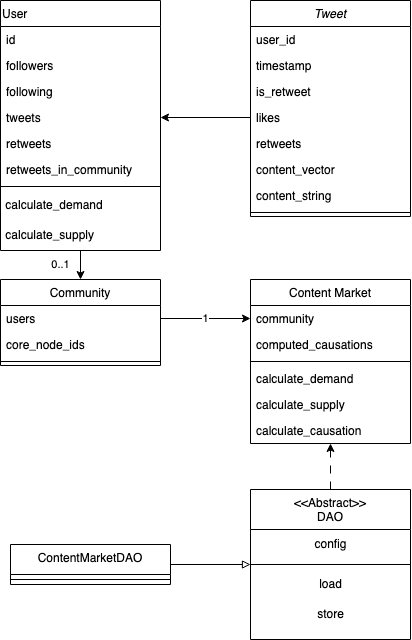
Before: assets/influence_uml.png, a diagram exported from draw.io (talicopanda/social-media-influence-analysis). Source tidied: cells renumbered, new cells last; positions are measured from the earlier drawing's top-left corner, leaving out a move shared by most shapes.
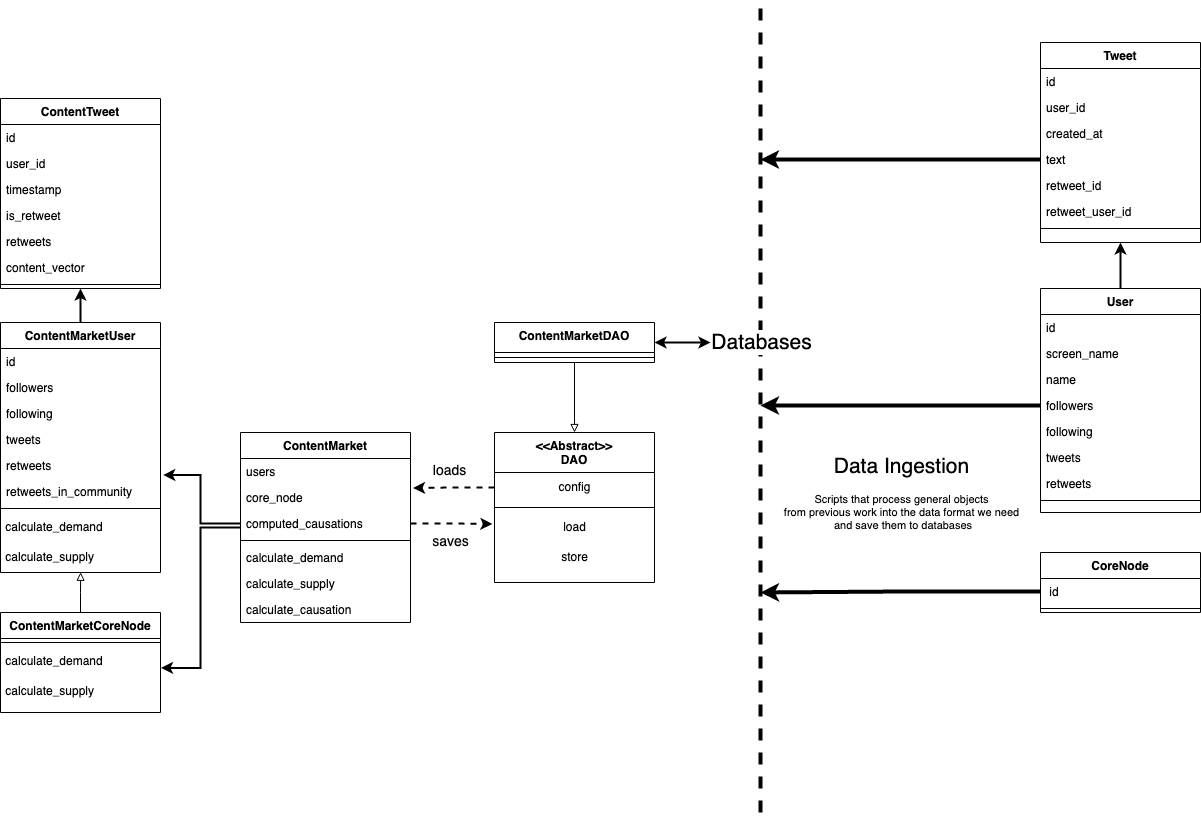
The same file after the commit.

The edit, as a diff of the source:
```diff
@@ -4,17 +4,17 @@
     <mxCell id="1" parent="0" />
-    <mxCell id="2" value="Tweet" style="swimlane;fontStyle=2;align=center;verticalAlign=top;horizontal=1;startSize=26;rounded=0;shadow=0;strokeWidth=1;" parent="1" vertex="1">
-      <mxGeometry x="250" width="160" height="216" as="geometry" />
+    <mxCell id="2" value="ContentTweet" style="swimlane;fontStyle=1;align=center;verticalAlign=top;horizontal=1;startSize=26;rounded=0;shadow=0;strokeWidth=1;" parent="1" vertex="1">
+      <mxGeometry x="-200" y="-225" width="160" height="190" as="geometry" />
     </mxCell>
-    <mxCell id="3" value="user_id" style="text;align=left;verticalAlign=top;spacingLeft=4;spacingRight=4;overflow=hidden;" parent="2" vertex="1">
+    <mxCell id="3" value="id" style="text;align=left;verticalAlign=top;spacingLeft=4;spacingRight=4;overflow=hidden;" parent="2" vertex="1">
       <mxGeometry y="26" width="160" height="26" as="geometry" />
     </mxCell>
+    <mxCell id="44" value="user_id" style="text;align=left;verticalAlign=top;spacingLeft=4;spacingRight=4;overflow=hidden;" parent="2" vertex="1">
+      <mxGeometry y="52" width="160" height="26" as="geometry" />
+    </mxCell>
     <mxCell id="4" value="timestamp" style="text;align=left;verticalAlign=top;spacingLeft=4;spacingRight=4;overflow=hidden;" parent="2" vertex="1">
-      <mxGeometry y="52" width="160" height="26" as="geometry" />
+      <mxGeometry y="78" width="160" height="26" as="geometry" />
     </mxCell>
     <mxCell id="5" value="is_retweet" style="text;align=left;verticalAlign=top;spacingLeft=4;spacingRight=4;overflow=hidden;" parent="2" vertex="1">
-      <mxGeometry y="78" width="160" height="26" as="geometry" />
+      <mxGeometry y="104" width="160" height="26" as="geometry" />
     </mxCell>
-    <mxCell id="6" value="likes" style="text;align=left;verticalAlign=top;spacingLeft=4;spacingRight=4;overflow=hidden;points=[[0,0.5],[1,0.5]];portConstraint=eastwest;" parent="2" vertex="1">
-      <mxGeometry y="104" width="160" height="26" as="geometry" />
-    </mxCell>
     <mxCell id="7" value="retweets" style="text;align=left;verticalAlign=top;spacingLeft=4;spacingRight=4;overflow=hidden;" parent="2" vertex="1">
@@ -25,48 +25,37 @@
     </mxCell>
-    <mxCell id="9" value="content_string" style="text;align=left;verticalAlign=top;spacingLeft=4;spacingRight=4;overflow=hidden;" parent="2" vertex="1">
-      <mxGeometry y="182" width="160" height="26" as="geometry" />
-    </mxCell>
     <mxCell id="10" style="line;html=1;strokeWidth=1;align=left;verticalAlign=middle;spacingTop=-1;spacingLeft=3;spacingRight=3;labelPosition=right;" parent="2" vertex="1">
-      <mxGeometry y="208" width="160" height="8" as="geometry" />
+      <mxGeometry y="182" width="160" height="8" as="geometry" />
     </mxCell>
-    <mxCell id="11" value="Community" style="swimlane;fontStyle=0;align=center;verticalAlign=top;horizontal=1;startSize=26;rounded=0;shadow=0;strokeWidth=1;" parent="1" vertex="1">
-      <mxGeometry y="279" width="160" height="86" as="geometry" />
-    </mxCell>
-    <mxCell id="12" value="users&#10;" style="text;align=left;verticalAlign=top;spacingLeft=4;spacingRight=4;overflow=hidden;points=[[0,0.5],[1,0.5]];portConstraint=eastwest;rounded=0;shadow=0;html=0;" parent="11" vertex="1">
-      <mxGeometry y="26" width="160" height="26" as="geometry" />
-    </mxCell>
-    <mxCell id="13" value="core_node_ids" style="text;align=left;verticalAlign=top;spacingLeft=4;spacingRight=4;overflow=hidden;rounded=0;shadow=0;html=0;" parent="11" vertex="1">
-      <mxGeometry y="52" width="160" height="26" as="geometry" />
-    </mxCell>
-    <mxCell id="14" style="line;html=1;strokeWidth=1;align=left;verticalAlign=middle;spacingTop=-1;spacingLeft=3;spacingRight=3;labelPosition=right;" parent="11" vertex="1">
-      <mxGeometry y="78" width="160" height="8" as="geometry" />
-    </mxCell>
+    <mxCell id="45" style="edgeStyle=orthogonalEdgeStyle;rounded=0;jettySize=auto;html=1;entryX=1.003;entryY=0.714;entryDx=0;entryDy=0;entryPerimeter=0;strokeWidth=2;fontSize=21;endArrow=classic;endFill=1;" parent="1" edge="1" source="15" target="64">
+      <mxGeometry relative="1" as="geometry" />
+    </mxCell>
-    <mxCell id="15" value="Content Market" style="swimlane;fontStyle=0;align=center;verticalAlign=top;horizontal=1;startSize=26;rounded=0;shadow=0;strokeWidth=1;" parent="1" vertex="1">
-      <mxGeometry x="250" y="279" width="160" height="164" as="geometry" />
+    <mxCell id="15" value="ContentMarket" style="swimlane;fontStyle=1;align=center;verticalAlign=top;horizontal=1;startSize=26;rounded=0;shadow=0;strokeWidth=1;" parent="1" vertex="1">
+      <mxGeometry x="40" y="109" width="170" height="190" as="geometry" />
     </mxCell>
-    <mxCell id="16" value="community" style="text;align=left;verticalAlign=top;spacingLeft=4;spacingRight=4;overflow=hidden;points=[[0,0.5],[1,0.5]];portConstraint=eastwest;" parent="15" vertex="1">
-      <mxGeometry y="26" width="160" height="26" as="geometry" />
+    <mxCell id="16" value="users" style="text;align=left;verticalAlign=top;spacingLeft=4;spacingRight=4;overflow=hidden;points=[[0,0.5],[1,0.5]];portConstraint=eastwest;" parent="15" vertex="1">
+      <mxGeometry y="26" width="170" height="26" as="geometry" />
     </mxCell>
+    <mxCell id="46" value="core_node" style="text;align=left;verticalAlign=top;spacingLeft=4;spacingRight=4;overflow=hidden;points=[[0,0.5],[1,0.5]];portConstraint=eastwest;" parent="15" vertex="1">
+      <mxGeometry y="52" width="170" height="26" as="geometry" />
+    </mxCell>
     <mxCell id="17" value="computed_causations" style="text;align=left;verticalAlign=top;spacingLeft=4;spacingRight=4;overflow=hidden;points=[[0,0.5],[1,0.5]];portConstraint=eastwest;" parent="15" vertex="1">
-      <mxGeometry y="52" width="160" height="26" as="geometry" />
+      <mxGeometry y="78" width="170" height="26" as="geometry" />
     </mxCell>
     <mxCell id="18" style="line;html=1;strokeWidth=1;align=left;verticalAlign=middle;spacingTop=-1;spacingLeft=3;spacingRight=3;labelPosition=right;" parent="15" vertex="1">
-      <mxGeometry y="78" width="160" height="8" as="geometry" />
+      <mxGeometry y="104" width="170" height="8" as="geometry" />
     </mxCell>
     <mxCell id="19" value="calculate_demand" style="text;align=left;verticalAlign=top;spacingLeft=4;spacingRight=4;overflow=hidden;" parent="15" vertex="1">
-      <mxGeometry y="86" width="160" height="26" as="geometry" />
+      <mxGeometry y="112" width="170" height="26" as="geometry" />
     </mxCell>
     <mxCell id="20" value="calculate_supply" style="text;align=left;verticalAlign=top;spacingLeft=4;spacingRight=4;overflow=hidden;" parent="15" vertex="1">
-      <mxGeometry y="112" width="160" height="26" as="geometry" />
+      <mxGeometry y="138" width="170" height="26" as="geometry" />
     </mxCell>
     <mxCell id="21" value="calculate_causation" style="text;align=left;verticalAlign=top;spacingLeft=4;spacingRight=4;overflow=hidden;" parent="15" vertex="1">
-      <mxGeometry y="138" width="160" height="26" as="geometry" />
+      <mxGeometry y="164" width="170" height="26" as="geometry" />
     </mxCell>
-    <mxCell id="22" value="0..1" style="edgeStyle=orthogonalEdgeStyle;rounded=0;jettySize=auto;html=1;entryX=0.5;entryY=0;entryDx=0;entryDy=0;" parent="1" edge="1" source="23" target="11">
-      <mxGeometry x="0.05" y="20" relative="1" as="geometry">
-        <mxPoint y="1" as="offset" />
-      </mxGeometry>
-    </mxCell>
+    <mxCell id="47" style="edgeStyle=orthogonalEdgeStyle;rounded=0;jettySize=auto;html=1;entryX=0.5;entryY=1;entryDx=0;entryDy=0;strokeWidth=2;fontSize=21;endArrow=classic;endFill=1;" parent="1" edge="1" source="23" target="2">
+      <mxGeometry relative="1" as="geometry" />
+    </mxCell>
-    <mxCell id="23" value="User" style="swimlane;fontStyle=0;align=left;verticalAlign=top;horizontal=1;startSize=26;rounded=0;shadow=0;strokeWidth=1;" parent="1" vertex="1">
-      <mxGeometry width="160" height="250" as="geometry" />
+    <mxCell id="23" value="ContentMarketUser" style="swimlane;fontStyle=1;align=center;verticalAlign=top;horizontal=1;startSize=26;rounded=0;shadow=0;strokeWidth=1;" parent="1" vertex="1">
+      <mxGeometry x="-200" y="-1" width="160" height="250" as="geometry" />
     </mxCell>
@@ -99,13 +88,4 @@
     </mxCell>
-    <mxCell id="33" value="1" style="edgeStyle=orthogonalEdgeStyle;rounded=0;jettySize=auto;html=1;exitX=1;exitY=0.5;exitDx=0;exitDy=0;entryX=0;entryY=0.5;entryDx=0;entryDy=0;" parent="1" edge="1" source="12" target="16">
-      <mxGeometry relative="1" as="geometry" />
-    </mxCell>
-    <mxCell id="34" style="edgeStyle=orthogonalEdgeStyle;rounded=0;jettySize=auto;html=1;entryX=1;entryY=0.5;entryDx=0;entryDy=0;endArrow=classic;endFill=1;" parent="1" edge="1" source="6" target="27">
-      <mxGeometry relative="1" as="geometry" />
-    </mxCell>
-    <mxCell id="35" style="edgeStyle=orthogonalEdgeStyle;rounded=0;jettySize=auto;html=1;entryX=0.5;entryY=1;entryDx=0;entryDy=0;dashed=1;dashPattern=8 8;endArrow=classic;endFill=1;" parent="1" edge="1" source="36" target="15">
-      <mxGeometry relative="1" as="geometry" />
-    </mxCell>
-    <mxCell id="36" value="&lt;&lt;Abstract&gt;&gt;&#10;DAO" style="swimlane;fontStyle=0;align=center;verticalAlign=top;horizontal=1;startSize=40;rounded=0;shadow=0;strokeWidth=1;" parent="1" vertex="1">
-      <mxGeometry x="250" y="489" width="160" height="150" as="geometry" />
+    <mxCell id="36" value="&lt;&lt;Abstract&gt;&gt;&#10;DAO" style="swimlane;fontStyle=1;align=center;verticalAlign=top;horizontal=1;startSize=40;rounded=0;shadow=0;strokeWidth=1;" parent="1" vertex="1">
+      <mxGeometry x="294" y="109" width="160" height="150" as="geometry" />
     </mxCell>
@@ -123,7 +103,9 @@
     </mxCell>
-    <mxCell id="41" style="edgeStyle=orthogonalEdgeStyle;rounded=0;jettySize=auto;html=1;entryX=0;entryY=0.5;entryDx=0;entryDy=0;entryPerimeter=0;endArrow=block;endFill=0;" parent="1" edge="1" source="42" target="38">
-      <mxGeometry relative="1" as="geometry" />
+    <mxCell id="41" style="edgeStyle=orthogonalEdgeStyle;rounded=0;jettySize=auto;html=1;endArrow=block;endFill=0;" parent="1" edge="1" source="42">
+      <mxGeometry relative="1" as="geometry">
+        <mxPoint x="374" y="109" as="targetPoint" />
+      </mxGeometry>
     </mxCell>
-    <mxCell id="42" value="ContentMarketDAO" style="swimlane;fontStyle=0;align=center;verticalAlign=top;horizontal=1;startSize=30;rounded=0;shadow=0;strokeWidth=1;" parent="1" vertex="1">
-      <mxGeometry x="10" y="544" width="160" height="40" as="geometry" />
+    <mxCell id="42" value="ContentMarketDAO" style="swimlane;fontStyle=1;align=center;verticalAlign=top;horizontal=1;startSize=30;rounded=0;shadow=0;strokeWidth=1;" parent="1" vertex="1">
+      <mxGeometry x="294" y="-1" width="160" height="40" as="geometry" />
     </mxCell>
@@ -132,2 +114,129 @@
     </mxCell>
+    <mxCell id="48" style="endArrow=none;dashed=1;html=1;rounded=0;strokeWidth=4;" parent="1" edge="1">
+      <mxGeometry relative="1" as="geometry">
+        <mxPoint x="560" y="489" as="sourcePoint" />
+        <mxPoint x="560" y="-321" as="targetPoint" />
+      </mxGeometry>
+    </mxCell>
+    <mxCell id="49" value="&lt;div&gt;&lt;font style=&quot;font-size: 12px;&quot;&gt;&lt;font style=&quot;font-size: 13px;&quot;&gt;&lt;font style=&quot;font-size: 14px;&quot;&gt;&lt;font style=&quot;font-size: 15px;&quot;&gt;&lt;font style=&quot;font-size: 16px;&quot;&gt;&lt;font style=&quot;font-size: 17px;&quot;&gt;&lt;font style=&quot;font-size: 18px;&quot;&gt;&lt;font style=&quot;font-size: 19px;&quot;&gt;&lt;font style=&quot;font-size: 20px;&quot;&gt;&lt;font style=&quot;font-size: 21px;&quot;&gt;Data Ingestion&lt;/font&gt;&lt;/font&gt;&lt;/font&gt;&lt;/font&gt;&lt;/font&gt;&lt;/font&gt;&lt;/font&gt;&lt;/font&gt;&lt;/font&gt;&lt;br&gt;&lt;/font&gt;&lt;/div&gt;&lt;div&gt;&lt;br&gt;&lt;/div&gt;&lt;div&gt;Scripts that process general objects&lt;/div&gt;&lt;div&gt;from previous work into the data format we need&lt;/div&gt;&lt;div&gt;&amp;nbsp;and save them to databases&lt;/div&gt;" style="edgeLabel;html=1;align=center;verticalAlign=middle;" parent="48" vertex="1">
+      <mxGeometry x="0.04" y="-3" relative="1" as="geometry">
+        <mxPoint x="137" y="102" as="offset" />
+      </mxGeometry>
+    </mxCell>
+    <mxCell id="50" value="Databases" style="edgeLabel;html=1;align=center;verticalAlign=middle;fontSize=21;" parent="48" vertex="1">
+      <mxGeometry x="0.37" y="1" relative="1" as="geometry">
+        <mxPoint x="1" y="84" as="offset" />
+      </mxGeometry>
+    </mxCell>
+    <mxCell id="51" style="edgeStyle=none;rounded=0;jettySize=auto;html=1;exitX=0.5;exitY=0;exitDx=0;exitDy=0;entryX=0.5;entryY=1;entryDx=0;entryDy=0;strokeWidth=2;fontSize=14;startArrow=none;startFill=0;endArrow=classic;endFill=1;" parent="1" edge="1" source="52" target="66">
+      <mxGeometry relative="1" as="geometry" />
+    </mxCell>
+    <mxCell id="52" value="User" style="swimlane;fontStyle=1;align=center;verticalAlign=top;horizontal=1;startSize=26;rounded=0;shadow=0;strokeWidth=1;" parent="1" vertex="1">
+      <mxGeometry x="840" y="-35" width="160" height="224" as="geometry" />
+    </mxCell>
+    <mxCell id="53" value="id            " style="text;align=left;verticalAlign=top;spacingLeft=4;spacingRight=4;overflow=hidden;rounded=0;shadow=0;html=0;" parent="52" vertex="1">
+      <mxGeometry y="26" width="160" height="26" as="geometry" />
+    </mxCell>
+    <mxCell id="54" value="screen_name" style="text;align=left;verticalAlign=top;spacingLeft=4;spacingRight=4;overflow=hidden;rounded=0;shadow=0;html=0;" parent="52" vertex="1">
+      <mxGeometry y="52" width="160" height="26" as="geometry" />
+    </mxCell>
+    <mxCell id="55" value="name" style="text;align=left;verticalAlign=top;spacingLeft=4;spacingRight=4;overflow=hidden;rounded=0;shadow=0;html=0;" parent="52" vertex="1">
+      <mxGeometry y="78" width="160" height="26" as="geometry" />
+    </mxCell>
+    <mxCell id="56" value="followers" style="text;align=left;verticalAlign=top;spacingLeft=4;spacingRight=4;overflow=hidden;points=[[0,0.5],[1,0.5]];portConstraint=eastwest;rounded=0;shadow=0;html=0;" parent="52" vertex="1">
+      <mxGeometry y="104" width="160" height="26" as="geometry" />
+    </mxCell>
+    <mxCell id="57" value="following" style="text;align=left;verticalAlign=top;spacingLeft=4;spacingRight=4;overflow=hidden;rounded=0;shadow=0;html=0;" parent="52" vertex="1">
+      <mxGeometry y="130" width="160" height="26" as="geometry" />
+    </mxCell>
+    <mxCell id="58" value="tweets" style="text;align=left;verticalAlign=top;spacingLeft=4;spacingRight=4;overflow=hidden;rounded=0;shadow=0;html=0;" parent="52" vertex="1">
+      <mxGeometry y="156" width="160" height="26" as="geometry" />
+    </mxCell>
+    <mxCell id="59" value="retweets" style="text;align=left;verticalAlign=top;spacingLeft=4;spacingRight=4;overflow=hidden;rounded=0;shadow=0;html=0;" parent="52" vertex="1">
+      <mxGeometry y="182" width="160" height="26" as="geometry" />
+    </mxCell>
+    <mxCell id="60" style="line;html=1;strokeWidth=1;align=left;verticalAlign=middle;spacingTop=-1;spacingLeft=3;spacingRight=3;labelPosition=right;" parent="52" vertex="1">
+      <mxGeometry y="208" width="160" height="8" as="geometry" />
+    </mxCell>
+    <mxCell id="61" style="edgeStyle=orthogonalEdgeStyle;rounded=0;jettySize=auto;html=1;endArrow=block;endFill=0;entryX=0.501;entryY=0.992;entryDx=0;entryDy=0;entryPerimeter=0;" parent="1" edge="1" source="62" target="32">
+      <mxGeometry relative="1" as="geometry" />
+    </mxCell>
+    <mxCell id="62" value="ContentMarketCoreNode" style="swimlane;fontStyle=1;align=center;verticalAlign=top;horizontal=1;startSize=26;rounded=0;shadow=0;strokeWidth=1;" parent="1" vertex="1">
+      <mxGeometry x="-200" y="289" width="160" height="100" as="geometry" />
+    </mxCell>
+    <mxCell id="63" style="line;html=1;strokeWidth=1;align=left;verticalAlign=middle;spacingTop=-1;spacingLeft=3;spacingRight=3;labelPosition=right;" parent="62" vertex="1">
+      <mxGeometry y="26" width="160" height="8" as="geometry" />
+    </mxCell>
+    <mxCell id="64" value="&amp;nbsp;calculate_demand" style="text;html=1;align=left;verticalAlign=middle;points=[];strokeColor=none;fillColor=none;" parent="62" vertex="1">
+      <mxGeometry y="34" width="160" height="30" as="geometry" />
+    </mxCell>
+    <mxCell id="65" value="&amp;nbsp;calculate_supply" style="text;html=1;align=left;verticalAlign=middle;strokeColor=none;fillColor=none;" parent="62" vertex="1">
+      <mxGeometry y="64" width="160" height="30" as="geometry" />
+    </mxCell>
+    <mxCell id="66" value="Tweet" style="swimlane;fontStyle=1;align=center;verticalAlign=top;horizontal=1;startSize=26;rounded=0;shadow=0;strokeWidth=1;" parent="1" vertex="1">
+      <mxGeometry x="840" y="-281" width="160" height="200" as="geometry" />
+    </mxCell>
+    <mxCell id="67" value="id" style="text;align=left;verticalAlign=top;spacingLeft=4;spacingRight=4;overflow=hidden;" parent="66" vertex="1">
+      <mxGeometry y="26" width="160" height="26" as="geometry" />
+    </mxCell>
+    <mxCell id="68" value="user_id" style="text;align=left;verticalAlign=top;spacingLeft=4;spacingRight=4;overflow=hidden;" parent="66" vertex="1">
+      <mxGeometry y="52" width="160" height="26" as="geometry" />
+    </mxCell>
+    <mxCell id="69" value="created_at" style="text;align=left;verticalAlign=top;spacingLeft=4;spacingRight=4;overflow=hidden;" parent="66" vertex="1">
+      <mxGeometry y="78" width="160" height="26" as="geometry" />
+    </mxCell>
+    <mxCell id="70" value="text" style="text;align=left;verticalAlign=top;spacingLeft=4;spacingRight=4;overflow=hidden;points=[[0,0.5],[1,0.5]];portConstraint=eastwest;" parent="66" vertex="1">
+      <mxGeometry y="104" width="160" height="26" as="geometry" />
+    </mxCell>
+    <mxCell id="71" value="retweet_id" style="text;align=left;verticalAlign=top;spacingLeft=4;spacingRight=4;overflow=hidden;" parent="66" vertex="1">
+      <mxGeometry y="130" width="160" height="26" as="geometry" />
+    </mxCell>
+    <mxCell id="72" value="retweet_user_id" style="text;align=left;verticalAlign=top;spacingLeft=4;spacingRight=4;overflow=hidden;" parent="66" vertex="1">
+      <mxGeometry y="156" width="160" height="26" as="geometry" />
+    </mxCell>
+    <mxCell id="73" style="edgeStyle=orthogonalEdgeStyle;rounded=0;jettySize=auto;html=1;strokeWidth=4;fontSize=21;endArrow=classic;endFill=1;exitX=0;exitY=0.5;exitDx=0;exitDy=0;" parent="66" edge="1" source="70">
+      <mxGeometry relative="1" as="geometry">
+        <mxPoint x="-280" y="117" as="targetPoint" />
+      </mxGeometry>
+    </mxCell>
+    <mxCell id="74" style="line;html=1;strokeWidth=1;align=left;verticalAlign=middle;spacingTop=-1;spacingLeft=3;spacingRight=3;labelPosition=right;" parent="66" vertex="1">
+      <mxGeometry y="182" width="160" height="8" as="geometry" />
+    </mxCell>
+    <mxCell id="75" value="CoreNode" style="swimlane;fontStyle=1;align=center;verticalAlign=top;horizontal=1;startSize=26;rounded=0;shadow=0;strokeWidth=1;" parent="1" vertex="1">
+      <mxGeometry x="840" y="229" width="160" height="60" as="geometry" />
+    </mxCell>
+    <mxCell id="76" style="edgeStyle=orthogonalEdgeStyle;rounded=0;jettySize=auto;html=1;strokeWidth=4;fontSize=21;endArrow=classic;endFill=1;" parent="75" edge="1" source="77">
+      <mxGeometry relative="1" as="geometry">
+        <mxPoint x="-280" y="40" as="targetPoint" />
+      </mxGeometry>
+    </mxCell>
+    <mxCell id="77" value=" id            " style="text;align=left;verticalAlign=top;spacingLeft=4;spacingRight=4;overflow=hidden;points=[[0,0.5],[1,0.5]];portConstraint=eastwest;rounded=0;shadow=0;html=0;" parent="75" vertex="1">
+      <mxGeometry y="26" width="160" height="26" as="geometry" />
+    </mxCell>
+    <mxCell id="78" style="line;html=1;strokeWidth=1;align=left;verticalAlign=middle;spacingTop=-1;spacingLeft=3;spacingRight=3;labelPosition=right;" parent="75" vertex="1">
+      <mxGeometry y="52" width="160" height="8" as="geometry" />
+    </mxCell>
+    <mxCell id="79" style="edgeStyle=orthogonalEdgeStyle;rounded=0;jettySize=auto;html=1;strokeWidth=4;fontSize=21;endArrow=classic;endFill=1;exitX=0;exitY=0.5;exitDx=0;exitDy=0;" parent="1" edge="1" source="56">
+      <mxGeometry relative="1" as="geometry">
+        <mxPoint x="560" y="82" as="targetPoint" />
+      </mxGeometry>
+    </mxCell>
+    <mxCell id="80" style="endArrow=classic;html=1;rounded=0;strokeWidth=2;fontSize=21;entryX=1;entryY=0.5;entryDx=0;entryDy=0;startArrow=classic;startFill=1;" parent="1" edge="1" target="42">
+      <mxGeometry relative="1" as="geometry">
+        <mxPoint x="510" y="19" as="sourcePoint" />
+      </mxGeometry>
+    </mxCell>
+    <mxCell id="81" value="&lt;div style=&quot;font-size: 14px;&quot;&gt;loads&lt;/div&gt;" style="edgeStyle=orthogonalEdgeStyle;rounded=0;jettySize=auto;html=1;entryX=1.015;entryY=0.135;entryDx=0;entryDy=0;entryPerimeter=0;strokeWidth=2;fontSize=21;endArrow=classic;endFill=1;dashed=1;" parent="1" edge="1" source="37" target="46">
+      <mxGeometry x="0.02" y="-15" relative="1" as="geometry">
+        <mxPoint x="12" y="-15" as="offset" />
+      </mxGeometry>
+    </mxCell>
+    <mxCell id="82" style="edgeStyle=orthogonalEdgeStyle;rounded=0;jettySize=auto;html=1;entryX=1.017;entryY=-0.136;entryDx=0;entryDy=0;entryPerimeter=0;strokeWidth=2;fontSize=21;endArrow=classic;endFill=1;" parent="1" edge="1" source="17" target="29">
+      <mxGeometry relative="1" as="geometry" />
+    </mxCell>
+    <mxCell id="83" value="saves" style="edgeStyle=orthogonalEdgeStyle;rounded=0;jettySize=auto;html=1;entryX=-0.013;entryY=0.382;entryDx=0;entryDy=0;entryPerimeter=0;strokeWidth=2;fontSize=14;endArrow=classic;endFill=1;dashed=1;" parent="1" edge="1" source="17" target="39">
+      <mxGeometry x="0.03" y="-19" relative="1" as="geometry">
+        <mxPoint x="-2" y="-1" as="offset" />
+      </mxGeometry>
+    </mxCell>
   </root>
```
